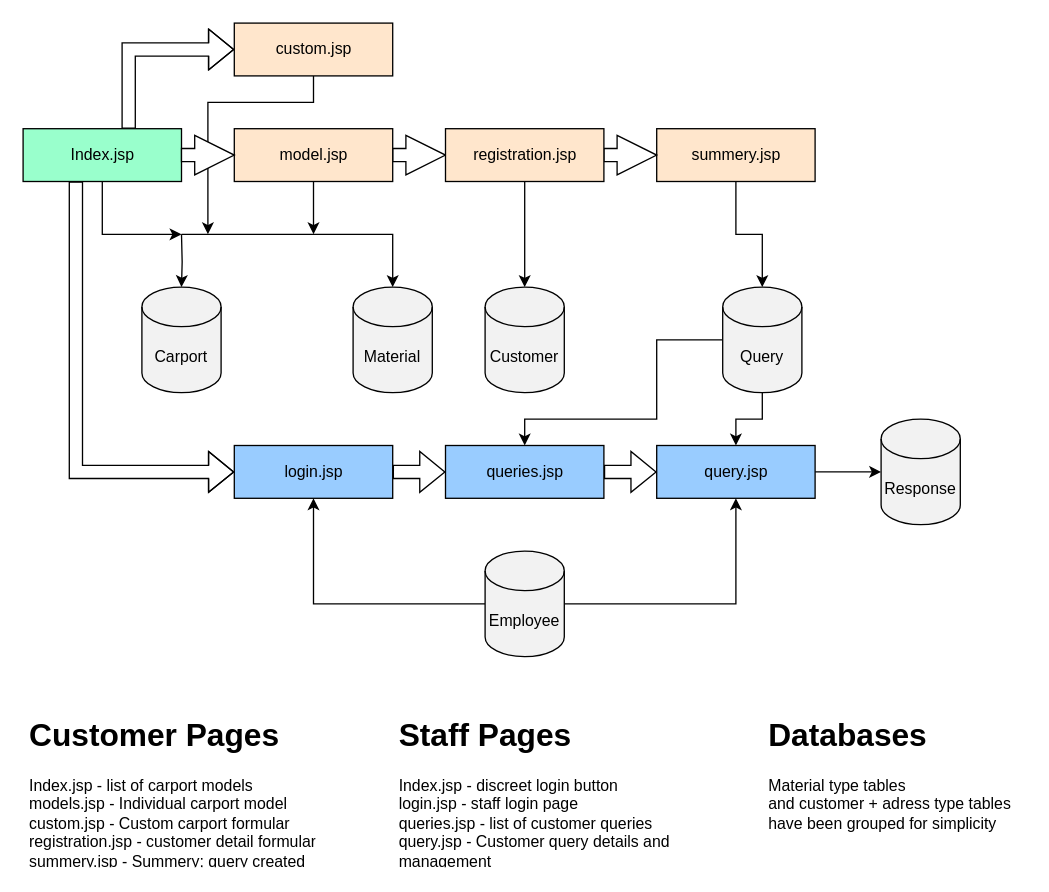
Earlier version of the draw.io diagram Unified Modeling Language diagrams/NavigationDiagram.drawio (Capa2/sem2c4). Source tidied: cells renumbered, new cells numbered last; positions are measured from the earlier drawing's top-left corner, leaving out a move shared by most shapes. Both pictures are drawn from the tidied source at 132%, with x=0, y=0 at pixel (22, 22).
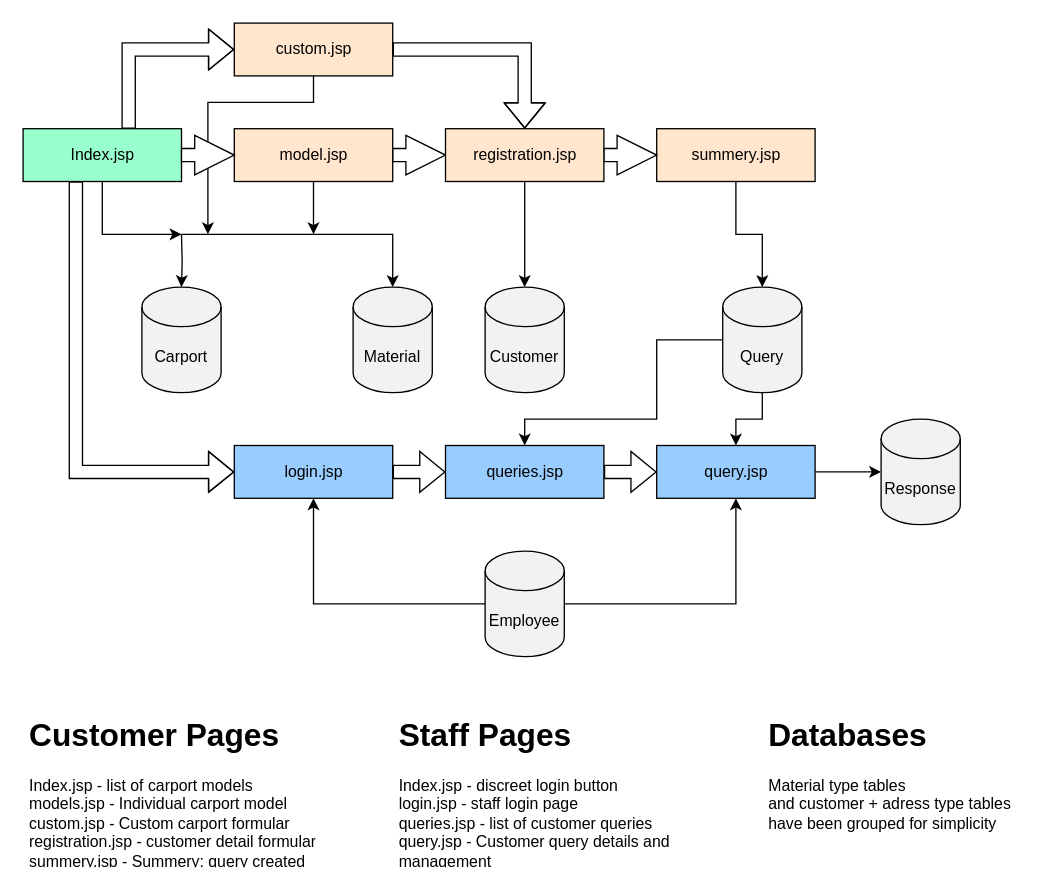
The same diagram, later.

Unchanged cells that the change refers to:
```xml
<mxCell id="22" value="custom.jsp" style="html=1;fillColor=#FFE6CC;" parent="1" vertex="1">
  <mxGeometry x="160" width="120" height="40" as="geometry" />
</mxCell>
<mxCell id="27" value="registration.jsp" style="html=1;fillColor=#FFE6CC;" parent="1" vertex="1">
  <mxGeometry x="320" y="80" width="120" height="40" as="geometry" />
</mxCell>
```

What changed in the source:
```diff
@@
+    <mxCell id="38" style="edgeStyle=orthogonalEdgeStyle;rounded=0;jettySize=auto;html=1;strokeColor=#000000;fillColor=#FFFFFF;shape=flexArrow;" parent="1" edge="1" source="22" target="27">
+      <mxGeometry relative="1" as="geometry" />
+    </mxCell>
```
